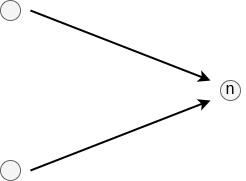
Above: specification/src/assets/diagrams/EdgeJoin.png in epi-project/brane-documentation (draw.io), before the change. Source tidied: cells renumbered, new cells last; positions are measured from the earlier drawing's top-left corner, leaving out a move shared by most shapes.
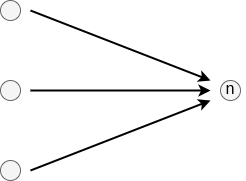
Later version of the same file.

Commit message:
Fixed EdgeJoin graph to be more symmetrical with EdgeParallel

Change to the diagram source:
```diff
@@ -26,5 +26,14 @@
     <mxCell id="7" value="&lt;font face=&quot;Courier New&quot; style=&quot;font-size: 16px;&quot;&gt;n&lt;/font&gt;" style="text;html=1;strokeColor=none;fillColor=none;align=center;verticalAlign=middle;whiteSpace=wrap;rounded=0;" parent="1" vertex="1">
       <mxGeometry x="215" y="75" width="30" height="30" as="geometry" />
     </mxCell>
+    <mxCell id="8" style="ellipse;whiteSpace=wrap;html=1;fillColor=#f5f5f5;fontColor=#333333;strokeColor=#666666;" parent="1" vertex="1">
+      <mxGeometry y="80" width="20" height="20" as="geometry" />
+    </mxCell>
+    <mxCell id="9" style="endArrow=classic;html=1;rounded=0;strokeWidth=2;endFill=1;" parent="1" edge="1">
+      <mxGeometry relative="1" as="geometry">
+        <mxPoint x="30" y="90" as="sourcePoint" />
+        <mxPoint x="210" y="90" as="targetPoint" />
+      </mxGeometry>
+    </mxCell>
   </root>
 </mxGraphModel>
```
